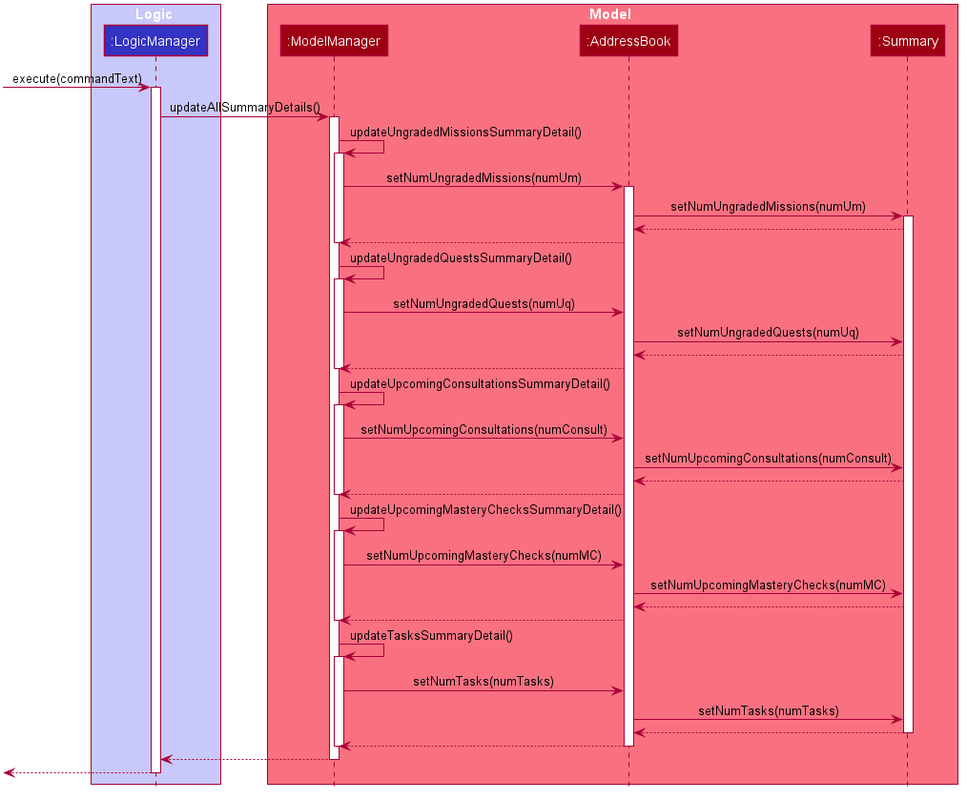
wireseo/tp keeps this PlantUML diagram as docs/images/SummaryFeatureSequenceDiagram.png. Above is the earlier version.
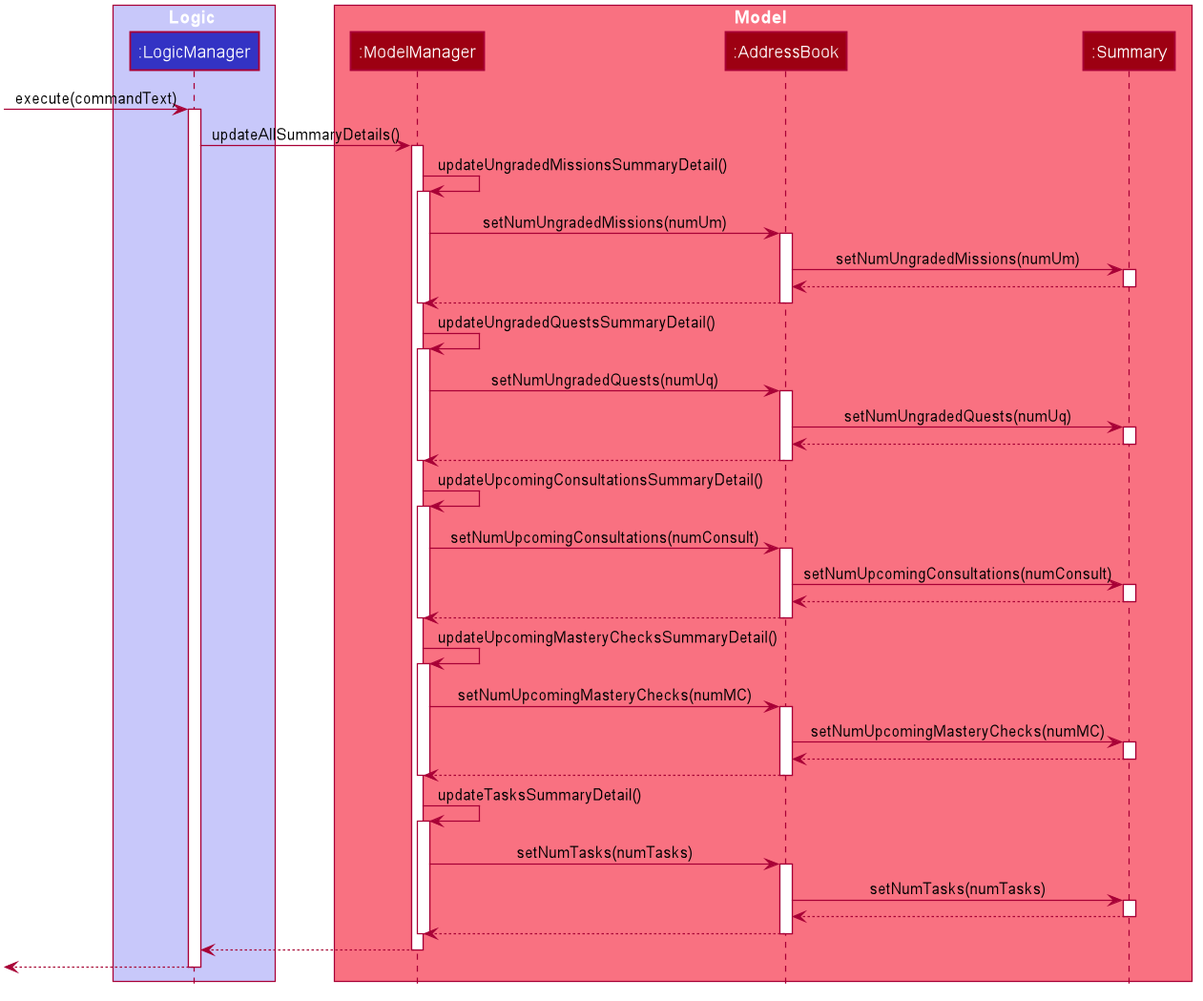
Above is the later version.

Commit message:
Shift Summary ann Tab Switching to bottom of DG

The edit, as a diff of the source:
```diff
@@ -73,43 +73,58 @@
 AddressBook -> Summary : setNumUngradedMissions(numUm)
 activate Summary
 Summary --> AddressBook
+deactivate Summary
 AddressBook --> ModelManager
+deactivate AddressBook
 deactivate ModelManager
 
 ModelManager -> ModelManager : updateUngradedQuestsSummaryDetail()
 activate ModelManager
 ModelManager -> AddressBook : setNumUngradedQuests(numUq)
+activate AddressBook
 AddressBook -> Summary : setNumUngradedQuests(numUq)
+activate Summary
 Summary --> AddressBook
+deactivate Summary
 AddressBook --> ModelManager
+deactivate AddressBook
 deactivate ModelManager
 
 ModelManager -> ModelManager : updateUpcomingConsultationsSummaryDetail()
 activate ModelManager
 ModelManager -> AddressBook : setNumUpcomingConsultations(numConsult)
+activate AddressBook
 AddressBook -> Summary : setNumUpcomingConsultations(numConsult)
+activate Summary
 Summary --> AddressBook
+deactivate Summary
 AddressBook --> ModelManager
+deactivate AddressBook
 deactivate ModelManager
 
 ModelManager -> ModelManager : updateUpcomingMasteryChecksSummaryDetail()
 activate ModelManager
 ModelManager -> AddressBook : setNumUpcomingMasteryChecks(numMC)
+activate AddressBook
 AddressBook -> Summary : setNumUpcomingMasteryChecks(numMC)
+activate Summary
 Summary --> AddressBook
+deactivate Summary
 AddressBook --> ModelManager
+deactivate AddressBook
 deactivate ModelManager
 
 ModelManager -> ModelManager : updateTasksSummaryDetail()
 activate ModelManager
 ModelManager -> AddressBook : setNumTasks(numTasks)
+activate AddressBook
 AddressBook -> Summary : setNumTasks(numTasks)
+activate Summary
 Summary --> AddressBook
 deactivate Summary
 AddressBook --> ModelManager
+deactivate AddressBook
 deactivate ModelManager
-
-deactivate AddressBook
 
 ModelManager --> LogicManager
 deactivate ModelManager
```
